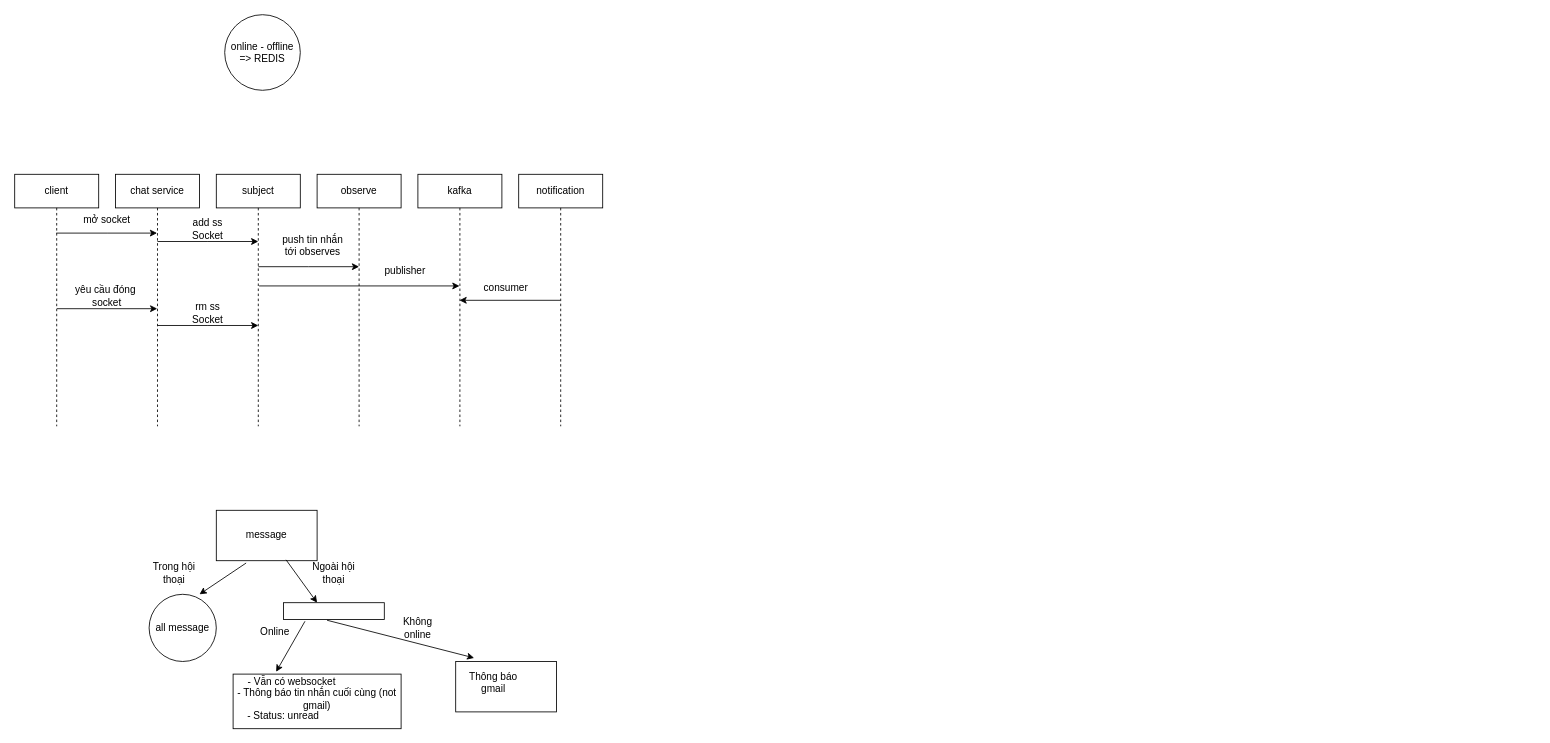
LocNguyenSGU/Calligo keeps this draw.io diagram as page "Thiet ke luon du lieu chat" (2 of 2) of Calligo.drawio. Above is the earlier version. Source tidied: cells renumbered, new cells numbered last; positions are measured from the earlier drawing's top-left corner, leaving out a move shared by most shapes. Both pictures are drawn from the tidied source at 84%, with x=0, y=0 at pixel (14, 14).
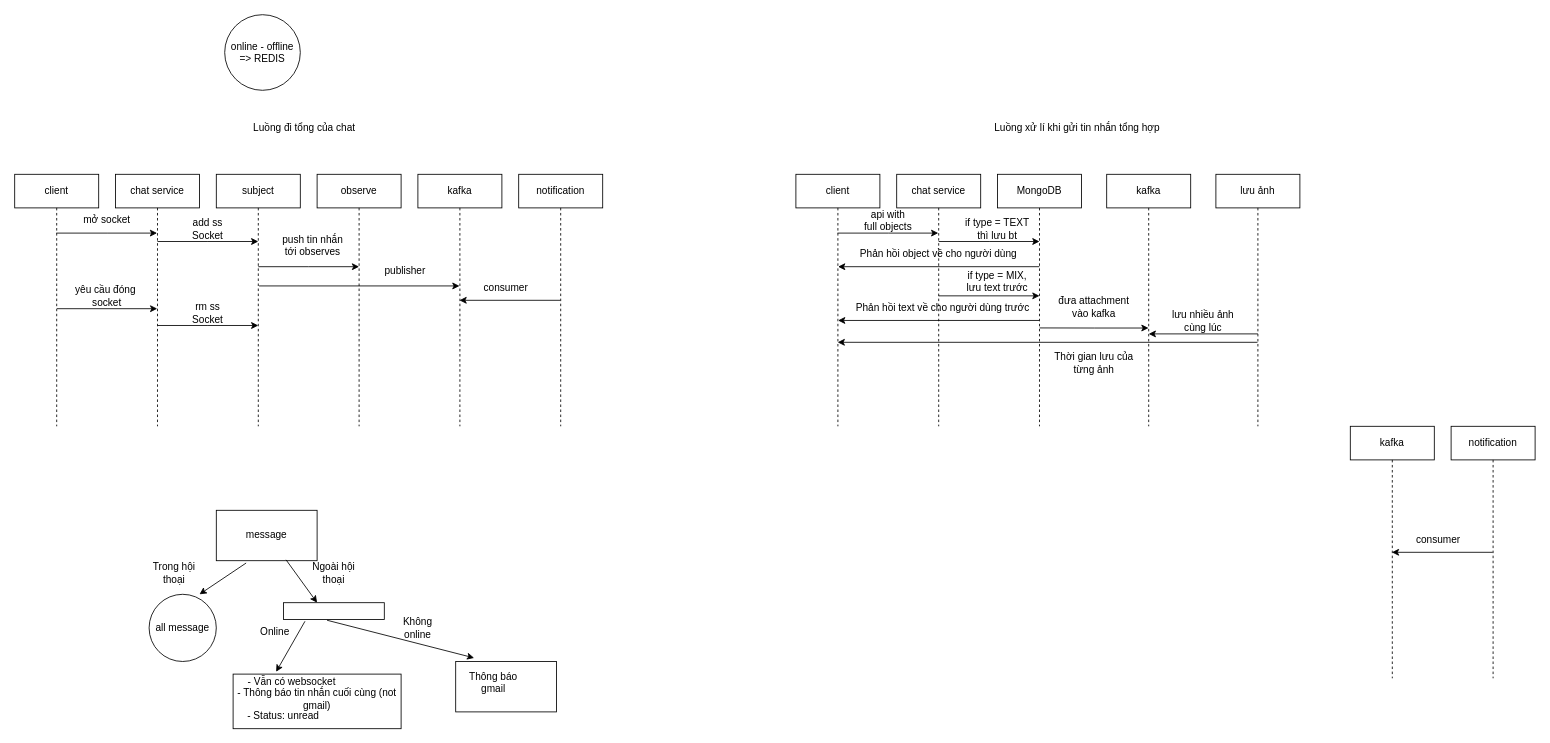
Above is the later version.

Diff of the diagram source:
```diff
@@
+    <mxCell id="40" value="Luồng đi tổng của chat" style="text;html=1;align=center;verticalAlign=middle;whiteSpace=wrap;rounded=0;" parent="1" vertex="1">
+      <mxGeometry x="200" y="120" width="290" height="30" as="geometry" />
+    </mxCell>
+    <mxCell id="41" value="client" style="shape=umlLifeline;perimeter=lifelinePerimeter;whiteSpace=wrap;html=1;outlineConnect=0;portConstraint=eastwest;newEdgeStyle={&quot;edgeStyle&quot;:&quot;elbowEdgeStyle&quot;,&quot;elbow&quot;:&quot;vertical&quot;,&quot;curved&quot;:0,&quot;rounded&quot;:0};" parent="1" vertex="1">
+      <mxGeometry x="930" y="190" width="100" height="300" as="geometry" />
+    </mxCell>
+    <mxCell id="42" value="chat service" style="shape=umlLifeline;perimeter=lifelinePerimeter;whiteSpace=wrap;html=1;outlineConnect=0;portConstraint=eastwest;newEdgeStyle={&quot;edgeStyle&quot;:&quot;elbowEdgeStyle&quot;,&quot;elbow&quot;:&quot;vertical&quot;,&quot;curved&quot;:0,&quot;rounded&quot;:0};" parent="1" vertex="1">
+      <mxGeometry x="1050" y="190" width="100" height="300" as="geometry" />
+    </mxCell>
+    <mxCell id="43" value="MongoDB" style="shape=umlLifeline;perimeter=lifelinePerimeter;whiteSpace=wrap;html=1;newEdgeStyle={&quot;edgeStyle&quot;:&quot;elbowEdgeStyle&quot;,&quot;elbow&quot;:&quot;vertical&quot;,&quot;curved&quot;:0,&quot;rounded&quot;:0};" parent="1" vertex="1">
+      <mxGeometry x="1170" y="190" width="100" height="300" as="geometry" />
+    </mxCell>
+    <mxCell id="44" style="endArrow=classic;html=1;rounded=0;" parent="1" edge="1" source="41" target="42">
+      <mxGeometry relative="1" as="geometry">
+        <Array as="points">
+          <mxPoint x="1040" y="260" />
+        </Array>
+      </mxGeometry>
+    </mxCell>
+    <mxCell id="45" value="notification" style="shape=umlLifeline;perimeter=lifelinePerimeter;whiteSpace=wrap;html=1;outlineConnect=0;portConstraint=eastwest;newEdgeStyle={&quot;edgeStyle&quot;:&quot;elbowEdgeStyle&quot;,&quot;elbow&quot;:&quot;vertical&quot;,&quot;curved&quot;:0,&quot;rounded&quot;:0};" parent="1" vertex="1">
+      <mxGeometry x="1710" y="490" width="100" height="300" as="geometry" />
+    </mxCell>
+    <mxCell id="46" style="endArrow=classic;html=1;rounded=0;" parent="1" edge="1">
+      <mxGeometry relative="1" as="geometry">
+        <mxPoint x="1100" y="270" as="sourcePoint" />
+        <mxPoint x="1220" y="270" as="targetPoint" />
+        <Array as="points">
+          <mxPoint x="1160" y="270" />
+        </Array>
+      </mxGeometry>
+    </mxCell>
+    <mxCell id="47" value="if type = TEXT thì lưu bt" style="text;html=1;align=center;verticalAlign=middle;whiteSpace=wrap;rounded=0;" parent="1" vertex="1">
+      <mxGeometry x="1130" y="240" width="80" height="30" as="geometry" />
+    </mxCell>
+    <mxCell id="48" style="endArrow=classic;html=1;rounded=0;exitX=0.5;exitY=0.533;exitDx=0;exitDy=0;exitPerimeter=0;" parent="1" edge="1">
+      <mxGeometry relative="1" as="geometry">
+        <mxPoint x="1220.2" y="372.9" as="sourcePoint" />
+        <mxPoint x="1349.8" y="373" as="targetPoint" />
+        <Array as="points">
+          <mxPoint x="1285.2" y="373" />
+        </Array>
+      </mxGeometry>
+    </mxCell>
+    <mxCell id="49" value="lưu nhiều ảnh cùng lúc" style="text;html=1;align=center;verticalAlign=middle;whiteSpace=wrap;rounded=0;" parent="1" vertex="1">
+      <mxGeometry x="1370" y="350" width="90" height="30" as="geometry" />
+    </mxCell>
+    <mxCell id="50" value="kafka" style="shape=umlLifeline;perimeter=lifelinePerimeter;whiteSpace=wrap;html=1;outlineConnect=0;portConstraint=eastwest;newEdgeStyle={&quot;edgeStyle&quot;:&quot;elbowEdgeStyle&quot;,&quot;elbow&quot;:&quot;vertical&quot;,&quot;curved&quot;:0,&quot;rounded&quot;:0};" parent="1" vertex="1">
+      <mxGeometry x="1590" y="490" width="100" height="300" as="geometry" />
+    </mxCell>
+    <mxCell id="51" style="endArrow=classic;html=1;rounded=0;" parent="1" edge="1" source="45" target="50">
+      <mxGeometry relative="1" as="geometry" />
+    </mxCell>
+    <mxCell id="52" value="consumer" style="text;html=1;align=center;verticalAlign=middle;whiteSpace=wrap;rounded=0;" parent="1" vertex="1">
+      <mxGeometry x="1650" y="610" width="90" height="30" as="geometry" />
+    </mxCell>
+    <mxCell id="53" style="endArrow=classic;html=1;rounded=0;" parent="1" edge="1">
+      <mxGeometry relative="1" as="geometry">
+        <mxPoint x="1100" y="334.7" as="sourcePoint" />
+        <mxPoint x="1220" y="334.7" as="targetPoint" />
+        <Array as="points">
+          <mxPoint x="1160" y="334.7" />
+        </Array>
+      </mxGeometry>
+    </mxCell>
+    <mxCell id="54" value="Luồng xử lí khi gửi tin nhắn tổng hợp" style="text;html=1;align=center;verticalAlign=middle;whiteSpace=wrap;rounded=0;" parent="1" vertex="1">
+      <mxGeometry x="1120" y="120" width="290" height="30" as="geometry" />
+    </mxCell>
+    <mxCell id="55" value="api with full objects" style="text;html=1;align=center;verticalAlign=middle;whiteSpace=wrap;rounded=0;" parent="1" vertex="1">
+      <mxGeometry x="1010" y="230" width="60" height="30" as="geometry" />
+    </mxCell>
+    <mxCell id="56" value="lưu ảnh" style="shape=umlLifeline;perimeter=lifelinePerimeter;whiteSpace=wrap;html=1;newEdgeStyle={&quot;edgeStyle&quot;:&quot;elbowEdgeStyle&quot;,&quot;elbow&quot;:&quot;vertical&quot;,&quot;curved&quot;:0,&quot;rounded&quot;:0};" parent="1" vertex="1">
+      <mxGeometry x="1430" y="190" width="100" height="300" as="geometry" />
+    </mxCell>
+    <mxCell id="57" style="endArrow=classic;html=1;rounded=0;" parent="1" edge="1">
+      <mxGeometry relative="1" as="geometry">
+        <mxPoint x="1219.8" y="300" as="sourcePoint" />
+        <mxPoint x="980.2" y="300" as="targetPoint" />
+      </mxGeometry>
+    </mxCell>
+    <mxCell id="58" value="Phản hồi object về cho người dùng" style="text;html=1;align=center;verticalAlign=middle;whiteSpace=wrap;rounded=0;" parent="1" vertex="1">
+      <mxGeometry x="1000" y="270" width="200" height="30" as="geometry" />
+    </mxCell>
+    <mxCell id="59" value="if type = MIX, lưu text trước" style="text;html=1;align=center;verticalAlign=middle;whiteSpace=wrap;rounded=0;" parent="1" vertex="1">
+      <mxGeometry x="1130" y="303" width="80" height="30" as="geometry" />
+    </mxCell>
+    <mxCell id="60" value="kafka" style="shape=umlLifeline;perimeter=lifelinePerimeter;whiteSpace=wrap;html=1;newEdgeStyle={&quot;edgeStyle&quot;:&quot;elbowEdgeStyle&quot;,&quot;elbow&quot;:&quot;vertical&quot;,&quot;curved&quot;:0,&quot;rounded&quot;:0};" parent="1" vertex="1">
+      <mxGeometry x="1300" y="190" width="100" height="300" as="geometry" />
+    </mxCell>
+    <mxCell id="61" value="đưa attachment vào kafka" style="text;html=1;align=center;verticalAlign=middle;whiteSpace=wrap;rounded=0;" parent="1" vertex="1">
+      <mxGeometry x="1240.2" y="333" width="90" height="30" as="geometry" />
+    </mxCell>
+    <mxCell id="62" style="endArrow=classic;html=1;rounded=0;entryX=0;entryY=1;entryDx=0;entryDy=0;" parent="1" edge="1">
+      <mxGeometry relative="1" as="geometry">
+        <mxPoint x="1480" y="380" as="sourcePoint" />
+        <mxPoint x="1350" y="380" as="targetPoint" />
+      </mxGeometry>
+    </mxCell>
+    <mxCell id="63" style="endArrow=classic;html=1;rounded=0;" parent="1" edge="1">
+      <mxGeometry relative="1" as="geometry">
+        <mxPoint x="1479.5" y="390" as="sourcePoint" />
+        <mxPoint x="979.7" y="390" as="targetPoint" />
+      </mxGeometry>
+    </mxCell>
+    <mxCell id="64" value="Thời gian lưu của từng ảnh" style="text;html=1;align=center;verticalAlign=middle;whiteSpace=wrap;rounded=0;" parent="1" vertex="1">
+      <mxGeometry x="1225.2" y="400" width="120" height="30" as="geometry" />
+    </mxCell>
+    <mxCell id="65" style="endArrow=classic;html=1;rounded=0;" parent="1" edge="1">
+      <mxGeometry relative="1" as="geometry">
+        <mxPoint x="1219.8" y="364" as="sourcePoint" />
+        <mxPoint x="980.2" y="364" as="targetPoint" />
+      </mxGeometry>
+    </mxCell>
+    <mxCell id="66" value="Phản hồi text về cho người dùng trước" style="text;html=1;align=center;verticalAlign=middle;whiteSpace=wrap;rounded=0;" parent="1" vertex="1">
+      <mxGeometry x="1000" y="334" width="210" height="30" as="geometry" />
+    </mxCell>
```
